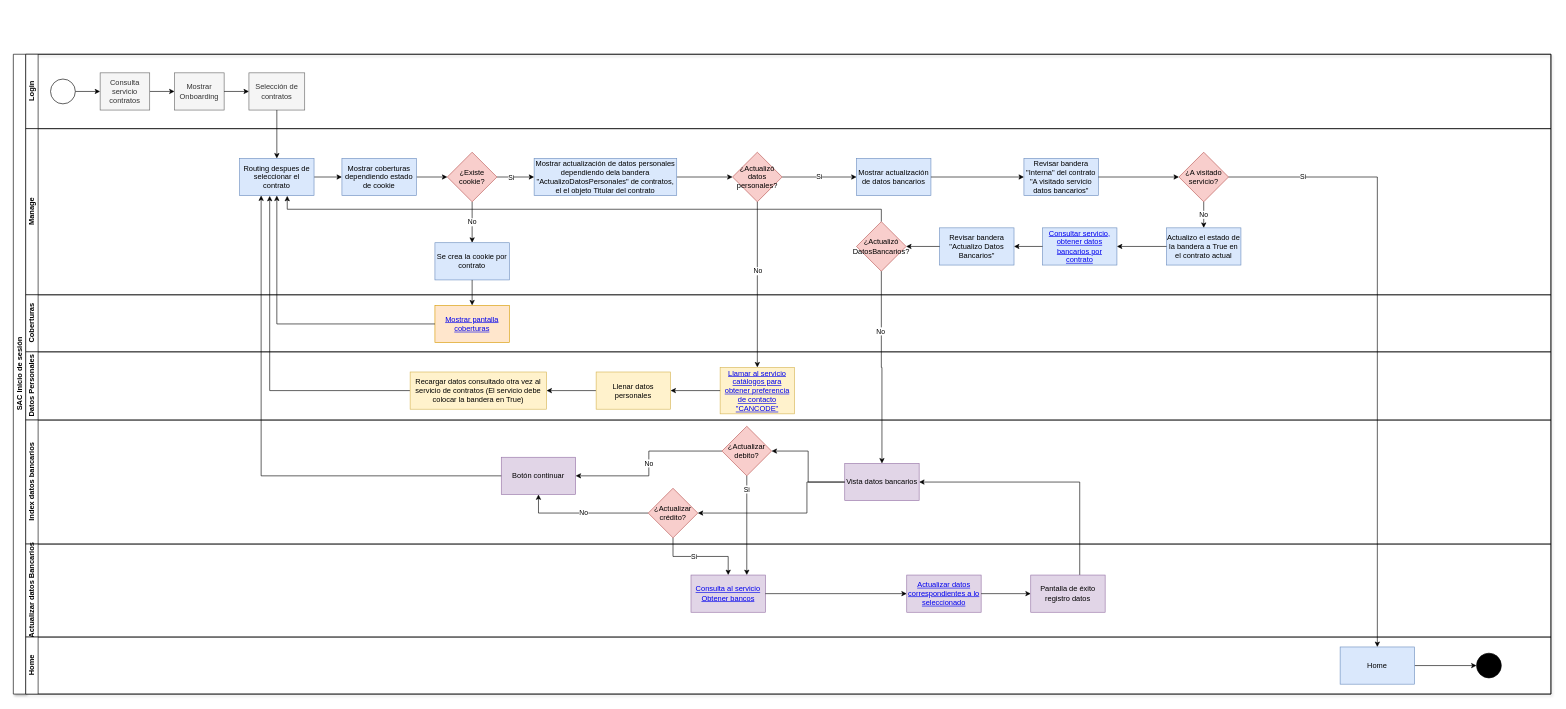
Before: Salud SAC Login.drawio in HectorAndradeBayteq/DocsPOC, a draw.io diagram. Source tidied: cells renumbered, new cells numbered last; positions are measured from the earlier drawing's top-left corner, leaving out a move shared by most shapes. Both pictures are drawn from the tidied source at 62%, with x=0, y=0 at pixel (13, 54).
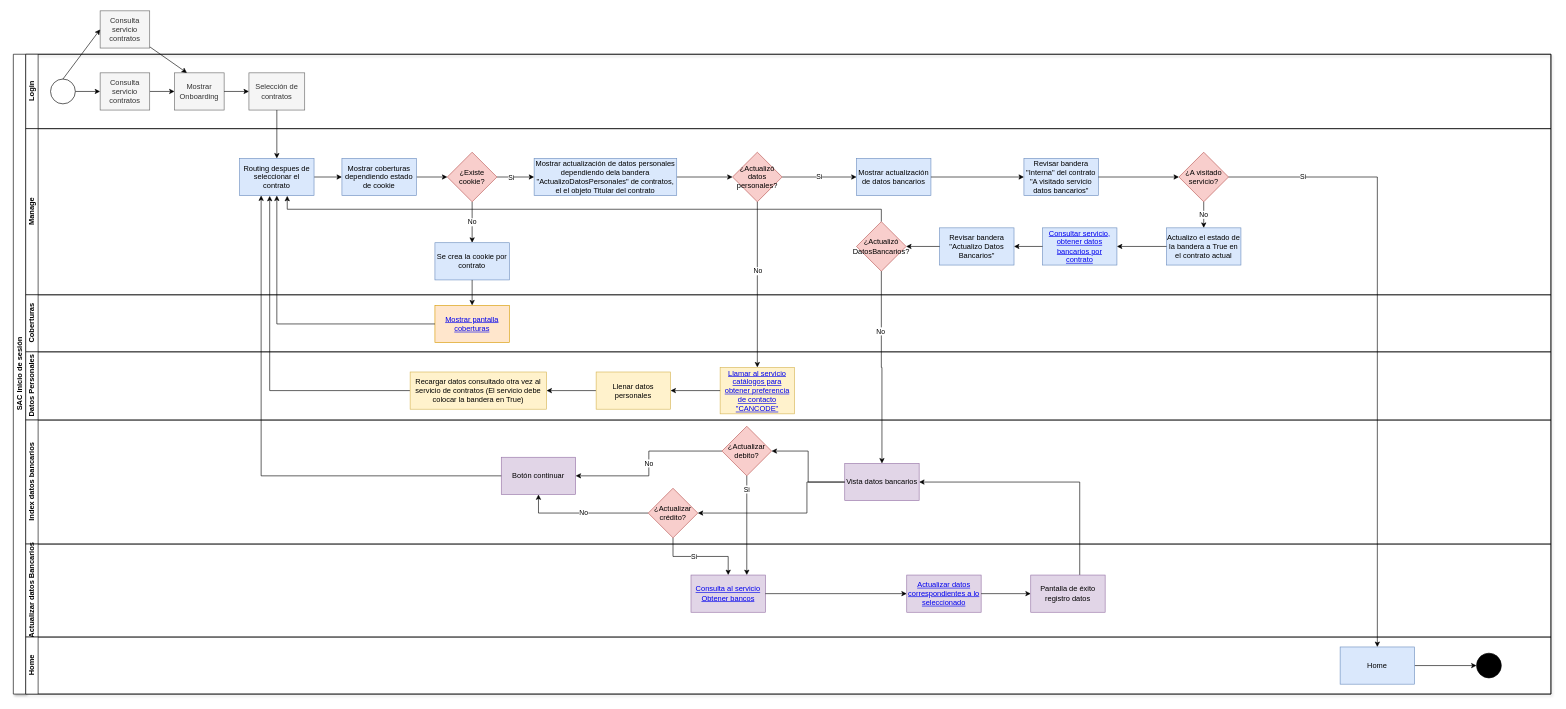
The same diagram, later.

Commit message:
Ajustes diagrama

The change refers to these unchanged cells:
```xml
<mxCell id="5" style="ellipse;whiteSpace=wrap;html=1;" parent="3" vertex="1">
  <mxGeometry x="40" y="40" width="40" height="40" as="geometry" />
</mxCell>
<mxCell id="8" value="Mostrar Onboarding" style="rounded=0;whiteSpace=wrap;html=1;fontFamily=Helvetica;fontSize=12;fontColor=#333333;align=center;fillColor=#f5f5f5;strokeColor=#666666;" parent="3" vertex="1">
  <mxGeometry x="240" y="30" width="80" height="60" as="geometry" />
</mxCell>
```

What changed in the source:
```diff
@@
+    <mxCell id="81" style="edgeStyle=none;html=1;entryX=0.25;entryY=0;entryDx=0;entryDy=0;" parent="1" edge="1" source="82" target="8">
+      <mxGeometry relative="1" as="geometry" />
+    </mxCell>
+    <mxCell id="82" value="Consulta servicio contratos" style="rounded=0;whiteSpace=wrap;html=1;fontFamily=Helvetica;fontSize=12;fontColor=#333333;align=center;fillColor=#f5f5f5;strokeColor=#666666;" parent="1" vertex="1">
+      <mxGeometry x="140" y="-70" width="80" height="60" as="geometry" />
+    </mxCell>
+    <mxCell id="83" style="edgeStyle=none;html=1;exitX=0.5;exitY=0;exitDx=0;exitDy=0;entryX=0;entryY=0.5;entryDx=0;entryDy=0;" parent="1" edge="1" source="5" target="82">
+      <mxGeometry relative="1" as="geometry" />
+    </mxCell>
```
